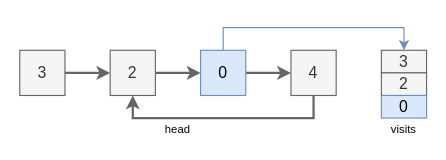
Earlier version of the draw.io diagram page "1_1" (1 of 5) of problems/problem141.drawio (hanggrian/grind-leetcode). Source tidied: cells renumbered, new cells numbered last; positions are measured from the earlier drawing's top-left corner, leaving out a move shared by most shapes. Both pictures are drawn from the tidied source at 113%, with x=0, y=0 at pixel (19, 27).
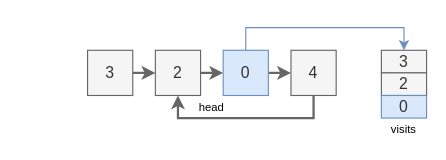
The same page after the edit.

The edit, as a diff of the source:
```diff
@@
 <mxGraphModel>
   <root>
     <mxCell id="0" />
     <mxCell id="1" parent="0" />
     <mxCell id="2" style="edgeStyle=orthogonalEdgeStyle;rounded=0;jettySize=auto;html=1;exitX=1;exitY=0.5;exitDx=0;exitDy=0;entryX=0;entryY=0.5;entryDx=0;entryDy=0;fillColor=#f5f5f5;strokeColor=#666666;strokeWidth=2;" parent="1" edge="1" source="4" target="6">
       <mxGeometry relative="1" as="geometry" />
     </mxCell>
     <mxCell id="3" style="edgeStyle=orthogonalEdgeStyle;rounded=0;jettySize=auto;html=1;exitX=0.5;exitY=0;exitDx=0;exitDy=0;entryX=0.5;entryY=0;entryDx=0;entryDy=0;fillColor=#dae8fc;strokeColor=#6c8ebf;" parent="1" edge="1" source="8" target="12">
       <mxGeometry relative="1" as="geometry">
         <Array as="points">
-          <mxPoint x="180" />
+          <mxPoint x="200" />
           <mxPoint x="340" />
         </Array>
       </mxGeometry>
     </mxCell>
     <mxCell id="4" value="3" style="text;html=1;align=center;verticalAlign=middle;whiteSpace=wrap;rounded=0;fillColor=#f5f5f5;strokeColor=#666666;fontSize=14;fontColor=#333333;" parent="1" vertex="1">
-      <mxGeometry y="20" width="40" height="40" as="geometry" />
+      <mxGeometry x="60" y="20" width="40" height="40" as="geometry" />
     </mxCell>
     <mxCell id="5" style="edgeStyle=orthogonalEdgeStyle;rounded=0;jettySize=auto;html=1;exitX=1;exitY=0.5;exitDx=0;exitDy=0;entryX=0;entryY=0.5;entryDx=0;entryDy=0;fillColor=#f5f5f5;strokeColor=#666666;strokeWidth=2;" parent="1" edge="1" source="6" target="8">
       <mxGeometry relative="1" as="geometry" />
     </mxCell>
     <mxCell id="6" value="2" style="text;html=1;align=center;verticalAlign=middle;whiteSpace=wrap;rounded=0;fillColor=#f5f5f5;strokeColor=#666666;fontSize=14;fontColor=#333333;" parent="1" vertex="1">
-      <mxGeometry x="80" y="20" width="40" height="40" as="geometry" />
+      <mxGeometry x="120" y="20" width="40" height="40" as="geometry" />
     </mxCell>
     <mxCell id="7" style="edgeStyle=orthogonalEdgeStyle;rounded=0;jettySize=auto;html=1;exitX=1;exitY=0.5;exitDx=0;exitDy=0;entryX=0;entryY=0.5;entryDx=0;entryDy=0;fillColor=#f5f5f5;strokeColor=#666666;strokeWidth=2;" parent="1" edge="1" source="8" target="10">
       <mxGeometry relative="1" as="geometry" />
     </mxCell>
-    <mxCell id="8" value="0" style="text;html=1;align=center;verticalAlign=middle;whiteSpace=wrap;rounded=0;fillColor=#dae8fc;strokeColor=#6c8ebf;fontSize=14;" parent="1" vertex="1">
-      <mxGeometry x="160" y="20" width="40" height="40" as="geometry" />
+    <mxCell id="8" value="0" style="text;html=1;align=center;verticalAlign=middle;whiteSpace=wrap;rounded=0;fillColor=#dae8fc;strokeColor=#6c8ebf;fontSize=14;fontColor=#333333;" parent="1" vertex="1">
+      <mxGeometry x="180" y="20" width="40" height="40" as="geometry" />
     </mxCell>
     <mxCell id="9" style="edgeStyle=orthogonalEdgeStyle;rounded=0;jettySize=auto;html=1;exitX=0.5;exitY=1;exitDx=0;exitDy=0;entryX=0.5;entryY=1;entryDx=0;entryDy=0;strokeWidth=2;fillColor=#f5f5f5;strokeColor=#666666;" parent="1" edge="1" source="10" target="6">
       <mxGeometry relative="1" as="geometry" />
     </mxCell>
     <mxCell id="10" value="4" style="text;html=1;align=center;verticalAlign=middle;whiteSpace=wrap;rounded=0;fillColor=#f5f5f5;strokeColor=#666666;fontSize=14;fontColor=#333333;" parent="1" vertex="1">
       <mxGeometry x="240" y="20" width="40" height="40" as="geometry" />
     </mxCell>
     <mxCell id="11" value="head" style="text;html=1;align=center;verticalAlign=middle;whiteSpace=wrap;rounded=0;fontSize=10;" parent="1" vertex="1">
-      <mxGeometry y="80" width="280" height="20" as="geometry" />
+      <mxGeometry x="60" y="60" width="220" height="20" as="geometry" />
     </mxCell>
     <mxCell id="12" value="3" style="text;html=1;align=center;verticalAlign=middle;whiteSpace=wrap;rounded=0;fillColor=#f5f5f5;strokeColor=#666666;fontSize=14;fontColor=#333333;" parent="1" vertex="1">
       <mxGeometry x="320" y="20" width="40" height="20" as="geometry" />
     </mxCell>
     <mxCell id="13" value="2" style="text;html=1;align=center;verticalAlign=middle;whiteSpace=wrap;rounded=0;fillColor=#f5f5f5;strokeColor=#666666;fontSize=14;fontColor=#333333;" parent="1" vertex="1">
       <mxGeometry x="320" y="40" width="40" height="20" as="geometry" />
     </mxCell>
-    <mxCell id="14" value="0" style="text;html=1;align=center;verticalAlign=middle;whiteSpace=wrap;rounded=0;fillColor=#dae8fc;strokeColor=#6c8ebf;fontSize=14;" parent="1" vertex="1">
+    <mxCell id="14" value="0" style="text;html=1;align=center;verticalAlign=middle;whiteSpace=wrap;rounded=0;fillColor=#dae8fc;strokeColor=#6c8ebf;fontSize=14;fontColor=#333333;" parent="1" vertex="1">
       <mxGeometry x="320" y="60" width="40" height="20" as="geometry" />
     </mxCell>
     <mxCell id="15" value="visits" style="text;html=1;align=center;verticalAlign=middle;whiteSpace=wrap;rounded=0;fontSize=10;" parent="1" vertex="1">
       <mxGeometry x="320" y="80" width="40" height="20" as="geometry" />
     </mxCell>
   </root>
 </mxGraphModel>
```
